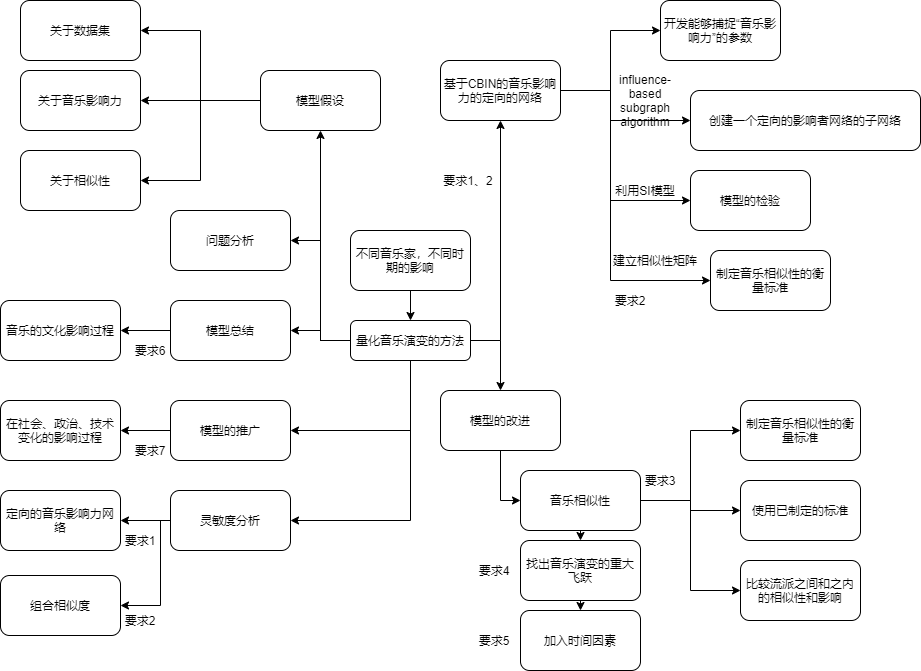
Above: graph/mind map1.png in susan120433/distribution-is-all-you-need (draw.io), before the change. Source tidied: cells renumbered, new cells last; positions are measured from the earlier drawing's top-left corner, leaving out a move shared by most shapes.
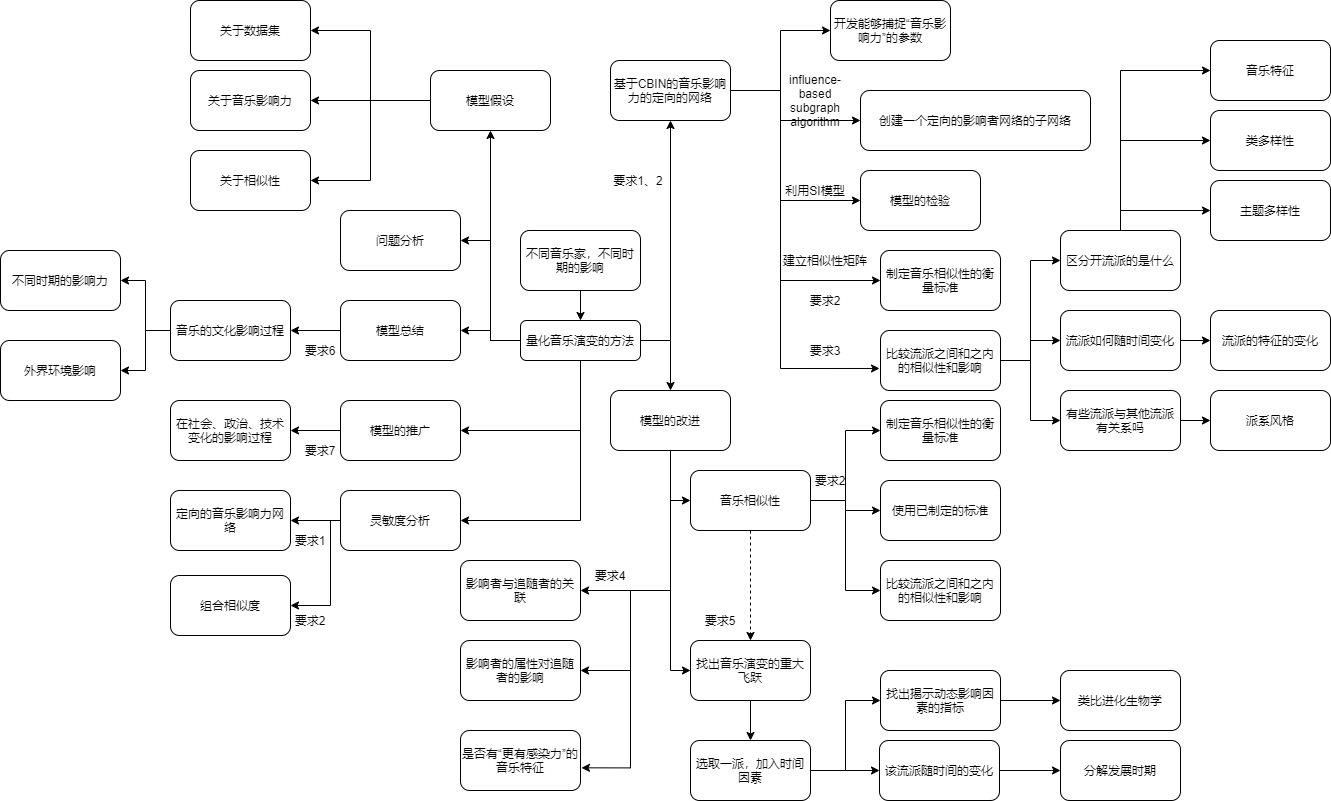
Later version of the same file.

Change to the diagram source:
```diff
@@ -47,17 +47,41 @@
       <mxGeometry x="690" y="90" width="230" height="60" as="geometry" />
     </mxCell>
     <mxCell id="14" value="制定音乐相似性的衡量标准" style="rounded=1;whiteSpace=wrap;html=1;" parent="1" vertex="1">
-      <mxGeometry x="740" y="400" width="120" height="60" as="geometry" />
+      <mxGeometry x="710" y="400" width="120" height="60" as="geometry" />
     </mxCell>
     <mxCell id="15" value="使用已制定的标准" style="rounded=1;whiteSpace=wrap;html=1;" parent="1" vertex="1">
-      <mxGeometry x="740" y="480" width="120" height="60" as="geometry" />
+      <mxGeometry x="710" y="480" width="120" height="60" as="geometry" />
     </mxCell>
     <mxCell id="16" value="比较流派之间和之内的相似性和影响" style="rounded=1;whiteSpace=wrap;html=1;" parent="1" vertex="1">
-      <mxGeometry x="740" y="560" width="120" height="60" as="geometry" />
+      <mxGeometry x="710" y="560" width="120" height="60" as="geometry" />
     </mxCell>
     <mxCell id="17" style="edgeStyle=orthogonalEdgeStyle;rounded=0;jettySize=auto;html=1;exitX=0.5;exitY=1;exitDx=0;exitDy=0;entryX=0;entryY=0.5;entryDx=0;entryDy=0;" parent="1" edge="1" source="18" target="38">
       <mxGeometry relative="1" as="geometry" />
     </mxCell>
+    <mxCell id="65" style="edgeStyle=orthogonalEdgeStyle;rounded=0;jettySize=auto;html=1;exitX=0.5;exitY=1;exitDx=0;exitDy=0;entryX=0;entryY=0.5;entryDx=0;entryDy=0;" parent="1" edge="1" source="18" target="20">
+      <mxGeometry relative="1" as="geometry" />
+    </mxCell>
+    <mxCell id="66" style="edgeStyle=orthogonalEdgeStyle;rounded=0;jettySize=auto;html=1;exitX=0.5;exitY=1;exitDx=0;exitDy=0;entryX=1;entryY=0.5;entryDx=0;entryDy=0;" parent="1" edge="1" source="18" target="74">
+      <mxGeometry relative="1" as="geometry" />
+    </mxCell>
+    <mxCell id="67" style="edgeStyle=orthogonalEdgeStyle;rounded=0;jettySize=auto;html=1;exitX=0.5;exitY=1;exitDx=0;exitDy=0;entryX=1;entryY=0.5;entryDx=0;entryDy=0;" parent="1" edge="1" source="18" target="75">
+      <mxGeometry relative="1" as="geometry">
+        <Array as="points">
+          <mxPoint x="500" y="590" />
+          <mxPoint x="460" y="590" />
+          <mxPoint x="460" y="670" />
+        </Array>
+      </mxGeometry>
+    </mxCell>
+    <mxCell id="68" style="edgeStyle=orthogonalEdgeStyle;rounded=0;jettySize=auto;html=1;exitX=0.5;exitY=1;exitDx=0;exitDy=0;entryX=1.008;entryY=0.622;entryDx=0;entryDy=0;entryPerimeter=0;" parent="1" edge="1" source="18" target="76">
+      <mxGeometry relative="1" as="geometry">
+        <Array as="points">
+          <mxPoint x="500" y="590" />
+          <mxPoint x="460" y="590" />
+          <mxPoint x="460" y="767" />
+        </Array>
+      </mxGeometry>
+    </mxCell>
     <mxCell id="18" value="模型的改进" style="rounded=1;whiteSpace=wrap;html=1;" parent="1" vertex="1">
       <mxGeometry x="440" y="390" width="120" height="60" as="geometry" />
     </mxCell>
@@ -65,10 +89,16 @@
       <mxGeometry relative="1" as="geometry" />
     </mxCell>
     <mxCell id="20" value="找出音乐演变的重大飞跃" style="rounded=1;whiteSpace=wrap;html=1;" parent="1" vertex="1">
-      <mxGeometry x="520" y="540" width="120" height="60" as="geometry" />
+      <mxGeometry x="520" y="640" width="120" height="60" as="geometry" />
     </mxCell>
+    <mxCell id="69" style="edgeStyle=orthogonalEdgeStyle;rounded=0;jettySize=auto;html=1;exitX=1;exitY=0.5;exitDx=0;exitDy=0;entryX=0;entryY=0.5;entryDx=0;entryDy=0;" parent="1" edge="1" source="21" target="98">
+      <mxGeometry relative="1" as="geometry" />
+    </mxCell>
+    <mxCell id="70" style="edgeStyle=orthogonalEdgeStyle;rounded=0;jettySize=auto;html=1;exitX=1;exitY=0.5;exitDx=0;exitDy=0;entryX=0;entryY=0.5;entryDx=0;entryDy=0;" parent="1" edge="1" source="21" target="100">
+      <mxGeometry relative="1" as="geometry" />
+    </mxCell>
-    <mxCell id="21" value="加入时间因素" style="rounded=1;whiteSpace=wrap;html=1;" parent="1" vertex="1">
-      <mxGeometry x="520" y="610" width="120" height="60" as="geometry" />
+    <mxCell id="21" value="选取一派，加入时间因素" style="rounded=1;whiteSpace=wrap;html=1;" parent="1" vertex="1">
+      <mxGeometry x="520" y="740" width="120" height="60" as="geometry" />
     </mxCell>
     <mxCell id="22" style="edgeStyle=orthogonalEdgeStyle;rounded=0;jettySize=auto;html=1;exitX=0;exitY=0.5;exitDx=0;exitDy=0;entryX=1;entryY=0.5;entryDx=0;entryDy=0;" parent="1" edge="1" source="23" target="49">
       <mxGeometry relative="1" as="geometry" />
@@ -123,6 +153,14 @@
         </Array>
       </mxGeometry>
     </mxCell>
+    <mxCell id="71" style="edgeStyle=orthogonalEdgeStyle;rounded=0;jettySize=auto;html=1;exitX=1;exitY=0.5;exitDx=0;exitDy=0;entryX=-0.008;entryY=0.633;entryDx=0;entryDy=0;entryPerimeter=0;" parent="1" edge="1" source="33" target="80">
+      <mxGeometry relative="1" as="geometry">
+        <Array as="points">
+          <mxPoint x="610" y="90" />
+          <mxPoint x="610" y="368" />
+        </Array>
+      </mxGeometry>
+    </mxCell>
     <mxCell id="33" value="基于CBIN的音乐影响力的定向的网络" style="rounded=1;whiteSpace=wrap;html=1;" parent="1" vertex="1">
       <mxGeometry x="440" y="60" width="120" height="60" as="geometry" />
     </mxCell>
@@ -135,7 +173,7 @@
     <mxCell id="36" style="edgeStyle=orthogonalEdgeStyle;rounded=0;jettySize=auto;html=1;exitX=1;exitY=0.5;exitDx=0;exitDy=0;entryX=0;entryY=0.5;entryDx=0;entryDy=0;" parent="1" edge="1" source="38" target="16">
       <mxGeometry relative="1" as="geometry" />
     </mxCell>
-    <mxCell id="37" style="edgeStyle=orthogonalEdgeStyle;rounded=0;jettySize=auto;html=1;exitX=0.5;exitY=1;exitDx=0;exitDy=0;entryX=0.5;entryY=0;entryDx=0;entryDy=0;" parent="1" edge="1" source="38" target="20">
+    <mxCell id="37" style="edgeStyle=orthogonalEdgeStyle;rounded=0;jettySize=auto;html=1;exitX=0.5;exitY=1;exitDx=0;exitDy=0;entryX=0.5;entryY=0;entryDx=0;entryDy=0;dashed=1;" parent="1" edge="1" source="38" target="20">
       <mxGeometry relative="1" as="geometry" />
     </mxCell>
     <mxCell id="38" value="音乐相似性" style="rounded=1;whiteSpace=wrap;html=1;" parent="1" vertex="1">
@@ -171,6 +209,12 @@
     <mxCell id="48" value="关于相似性" style="rounded=1;whiteSpace=wrap;html=1;" parent="1" vertex="1">
       <mxGeometry x="20" y="150" width="120" height="60" as="geometry" />
     </mxCell>
+    <mxCell id="72" style="edgeStyle=orthogonalEdgeStyle;rounded=0;jettySize=auto;html=1;exitX=0;exitY=0.5;exitDx=0;exitDy=0;entryX=1;entryY=0.5;entryDx=0;entryDy=0;" parent="1" edge="1" source="49" target="95">
+      <mxGeometry relative="1" as="geometry" />
+    </mxCell>
+    <mxCell id="73" style="edgeStyle=orthogonalEdgeStyle;rounded=0;jettySize=auto;html=1;exitX=0;exitY=0.5;exitDx=0;exitDy=0;entryX=1;entryY=0.5;entryDx=0;entryDy=0;" parent="1" edge="1" source="49" target="96">
+      <mxGeometry relative="1" as="geometry" />
+    </mxCell>
     <mxCell id="49" value="音乐的文化影响过程" style="rounded=1;whiteSpace=wrap;html=1;" parent="1" vertex="1">
       <mxGeometry y="300" width="120" height="60" as="geometry" />
     </mxCell>
@@ -187,16 +231,16 @@
       <mxGeometry x="440" y="170" width="56" height="20" as="geometry" />
     </mxCell>
     <mxCell id="54" value="要求2" style="text;html=1;strokeColor=none;fillColor=none;align=center;verticalAlign=middle;whiteSpace=wrap;rounded=0;" parent="1" vertex="1">
-      <mxGeometry x="610" y="290" width="40" height="20" as="geometry" />
+      <mxGeometry x="635" y="290" width="40" height="20" as="geometry" />
     </mxCell>
-    <mxCell id="55" value="要求3" style="text;html=1;strokeColor=none;fillColor=none;align=center;verticalAlign=middle;whiteSpace=wrap;rounded=0;" parent="1" vertex="1">
+    <mxCell id="55" value="要求2" style="text;html=1;strokeColor=none;fillColor=none;align=center;verticalAlign=middle;whiteSpace=wrap;rounded=0;" parent="1" vertex="1">
       <mxGeometry x="640" y="470" width="40" height="20" as="geometry" />
     </mxCell>
     <mxCell id="56" value="要求4" style="text;html=1;strokeColor=none;fillColor=none;align=center;verticalAlign=middle;whiteSpace=wrap;rounded=0;" parent="1" vertex="1">
-      <mxGeometry x="474" y="560" width="40" height="20" as="geometry" />
+      <mxGeometry x="420" y="565" width="40" height="20" as="geometry" />
     </mxCell>
     <mxCell id="57" value="要求5" style="text;html=1;strokeColor=none;fillColor=none;align=center;verticalAlign=middle;whiteSpace=wrap;rounded=0;" parent="1" vertex="1">
-      <mxGeometry x="474" y="630" width="40" height="20" as="geometry" />
+      <mxGeometry x="530" y="610" width="40" height="20" as="geometry" />
     </mxCell>
     <mxCell id="58" value="要求6" style="text;html=1;strokeColor=none;fillColor=none;align=center;verticalAlign=middle;whiteSpace=wrap;rounded=0;" parent="1" vertex="1">
       <mxGeometry x="130" y="340" width="40" height="20" as="geometry" />
@@ -219,5 +263,92 @@
     <mxCell id="64" value="建立相似性矩阵" style="text;html=1;strokeColor=none;fillColor=none;align=center;verticalAlign=middle;whiteSpace=wrap;rounded=0;" parent="1" vertex="1">
       <mxGeometry x="610" y="250" width="90" height="20" as="geometry" />
     </mxCell>
+    <mxCell id="74" value="影响者与追随者的关联" style="rounded=1;whiteSpace=wrap;html=1;" parent="1" vertex="1">
+      <mxGeometry x="290" y="560" width="120" height="60" as="geometry" />
+    </mxCell>
+    <mxCell id="75" value="影响者的属性对追随者的影响" style="rounded=1;whiteSpace=wrap;html=1;" parent="1" vertex="1">
+      <mxGeometry x="290" y="640" width="120" height="60" as="geometry" />
+    </mxCell>
+    <mxCell id="76" value="是否有“更有感染力”的音乐特征" style="rounded=1;whiteSpace=wrap;html=1;" parent="1" vertex="1">
+      <mxGeometry x="290" y="730" width="120" height="60" as="geometry" />
+    </mxCell>
+    <mxCell id="77" style="edgeStyle=orthogonalEdgeStyle;rounded=0;jettySize=auto;html=1;exitX=1;exitY=0.5;exitDx=0;exitDy=0;entryX=0;entryY=0.5;entryDx=0;entryDy=0;" parent="1" edge="1" source="80" target="84">
+      <mxGeometry relative="1" as="geometry" />
+    </mxCell>
+    <mxCell id="78" style="edgeStyle=orthogonalEdgeStyle;rounded=0;jettySize=auto;html=1;exitX=1;exitY=0.5;exitDx=0;exitDy=0;entryX=0;entryY=0.5;entryDx=0;entryDy=0;" parent="1" edge="1" source="80" target="86">
+      <mxGeometry relative="1" as="geometry" />
+    </mxCell>
+    <mxCell id="79" style="edgeStyle=orthogonalEdgeStyle;rounded=0;jettySize=auto;html=1;exitX=1;exitY=0.5;exitDx=0;exitDy=0;entryX=0;entryY=0.5;entryDx=0;entryDy=0;" parent="1" edge="1" source="80" target="88">
+      <mxGeometry relative="1" as="geometry" />
+    </mxCell>
+    <mxCell id="80" value="比较流派之间和之内的相似性和影响" style="rounded=1;whiteSpace=wrap;html=1;" parent="1" vertex="1">
+      <mxGeometry x="710" y="330" width="120" height="60" as="geometry" />
+    </mxCell>
+    <mxCell id="81" style="edgeStyle=orthogonalEdgeStyle;rounded=0;jettySize=auto;html=1;exitX=0.5;exitY=0;exitDx=0;exitDy=0;entryX=0;entryY=0.5;entryDx=0;entryDy=0;" parent="1" edge="1" source="84" target="89">
+      <mxGeometry relative="1" as="geometry" />
+    </mxCell>
+    <mxCell id="82" style="edgeStyle=orthogonalEdgeStyle;rounded=0;jettySize=auto;html=1;exitX=0.5;exitY=0;exitDx=0;exitDy=0;entryX=0;entryY=0.5;entryDx=0;entryDy=0;" parent="1" edge="1" source="84" target="90">
+      <mxGeometry relative="1" as="geometry" />
+    </mxCell>
+    <mxCell id="83" style="edgeStyle=orthogonalEdgeStyle;rounded=0;jettySize=auto;html=1;exitX=0.5;exitY=0;exitDx=0;exitDy=0;" parent="1" edge="1" source="84" target="91">
+      <mxGeometry relative="1" as="geometry" />
+    </mxCell>
+    <mxCell id="84" value="区分开流派的是什么" style="rounded=1;whiteSpace=wrap;html=1;" parent="1" vertex="1">
+      <mxGeometry x="890" y="230" width="120" height="60" as="geometry" />
+    </mxCell>
+    <mxCell id="85" style="edgeStyle=orthogonalEdgeStyle;rounded=0;jettySize=auto;html=1;exitX=1;exitY=0.5;exitDx=0;exitDy=0;entryX=0;entryY=0.5;entryDx=0;entryDy=0;" parent="1" edge="1" source="86" target="92">
+      <mxGeometry relative="1" as="geometry" />
+    </mxCell>
+    <mxCell id="86" value="流派如何随时间变化" style="rounded=1;whiteSpace=wrap;html=1;" parent="1" vertex="1">
+      <mxGeometry x="890" y="310" width="120" height="60" as="geometry" />
+    </mxCell>
+    <mxCell id="87" style="edgeStyle=orthogonalEdgeStyle;rounded=0;jettySize=auto;html=1;exitX=1;exitY=0.5;exitDx=0;exitDy=0;entryX=0;entryY=0.5;entryDx=0;entryDy=0;" parent="1" edge="1" source="88" target="93">
+      <mxGeometry relative="1" as="geometry" />
+    </mxCell>
+    <mxCell id="88" value="有些流派与其他流派有关系吗" style="rounded=1;whiteSpace=wrap;html=1;" parent="1" vertex="1">
+      <mxGeometry x="890" y="390" width="120" height="60" as="geometry" />
+    </mxCell>
+    <mxCell id="89" value="音乐特征" style="rounded=1;whiteSpace=wrap;html=1;" parent="1" vertex="1">
+      <mxGeometry x="1040" y="40" width="120" height="60" as="geometry" />
+    </mxCell>
+    <mxCell id="90" value="类多样性" style="rounded=1;whiteSpace=wrap;html=1;" parent="1" vertex="1">
+      <mxGeometry x="1040" y="110" width="120" height="60" as="geometry" />
+    </mxCell>
+    <mxCell id="91" value="主题多样性" style="rounded=1;whiteSpace=wrap;html=1;" parent="1" vertex="1">
+      <mxGeometry x="1040" y="180" width="120" height="60" as="geometry" />
+    </mxCell>
+    <mxCell id="92" value="流派的特征的变化" style="rounded=1;whiteSpace=wrap;html=1;" parent="1" vertex="1">
+      <mxGeometry x="1040" y="310" width="120" height="60" as="geometry" />
+    </mxCell>
+    <mxCell id="93" value="派系风格" style="rounded=1;whiteSpace=wrap;html=1;" parent="1" vertex="1">
+      <mxGeometry x="1040" y="390" width="120" height="60" as="geometry" />
+    </mxCell>
+    <mxCell id="94" value="要求3" style="text;html=1;strokeColor=none;fillColor=none;align=center;verticalAlign=middle;whiteSpace=wrap;rounded=0;" parent="1" vertex="1">
+      <mxGeometry x="635" y="340" width="40" height="20" as="geometry" />
+    </mxCell>
+    <mxCell id="95" value="不同时期的影响力" style="rounded=1;whiteSpace=wrap;html=1;" parent="1" vertex="1">
+      <mxGeometry x="-170" y="250" width="120" height="60" as="geometry" />
+    </mxCell>
+    <mxCell id="96" value="外界环境影响" style="rounded=1;whiteSpace=wrap;html=1;" parent="1" vertex="1">
+      <mxGeometry x="-170" y="340" width="120" height="60" as="geometry" />
+    </mxCell>
+    <mxCell id="97" style="edgeStyle=orthogonalEdgeStyle;rounded=0;jettySize=auto;html=1;exitX=1;exitY=0.5;exitDx=0;exitDy=0;entryX=0;entryY=0.5;entryDx=0;entryDy=0;" parent="1" edge="1" source="98" target="101">
+      <mxGeometry relative="1" as="geometry" />
+    </mxCell>
+    <mxCell id="98" value="找出揭示动态影响因素的指标" style="rounded=1;whiteSpace=wrap;html=1;" parent="1" vertex="1">
+      <mxGeometry x="710" y="670" width="120" height="60" as="geometry" />
+    </mxCell>
+    <mxCell id="99" style="edgeStyle=orthogonalEdgeStyle;rounded=0;jettySize=auto;html=1;exitX=1;exitY=0.5;exitDx=0;exitDy=0;entryX=0;entryY=0.5;entryDx=0;entryDy=0;" parent="1" edge="1" source="100" target="102">
+      <mxGeometry relative="1" as="geometry" />
+    </mxCell>
+    <mxCell id="100" value="该流派随时间的变化" style="rounded=1;whiteSpace=wrap;html=1;" parent="1" vertex="1">
+      <mxGeometry x="709" y="740" width="120" height="60" as="geometry" />
+    </mxCell>
+    <mxCell id="101" value="类比进化生物学" style="rounded=1;whiteSpace=wrap;html=1;" parent="1" vertex="1">
+      <mxGeometry x="890" y="670" width="120" height="60" as="geometry" />
+    </mxCell>
+    <mxCell id="102" value="分解发展时期" style="rounded=1;whiteSpace=wrap;html=1;" parent="1" vertex="1">
+      <mxGeometry x="890" y="740" width="120" height="60" as="geometry" />
+    </mxCell>
   </root>
 </mxGraphModel>
```
